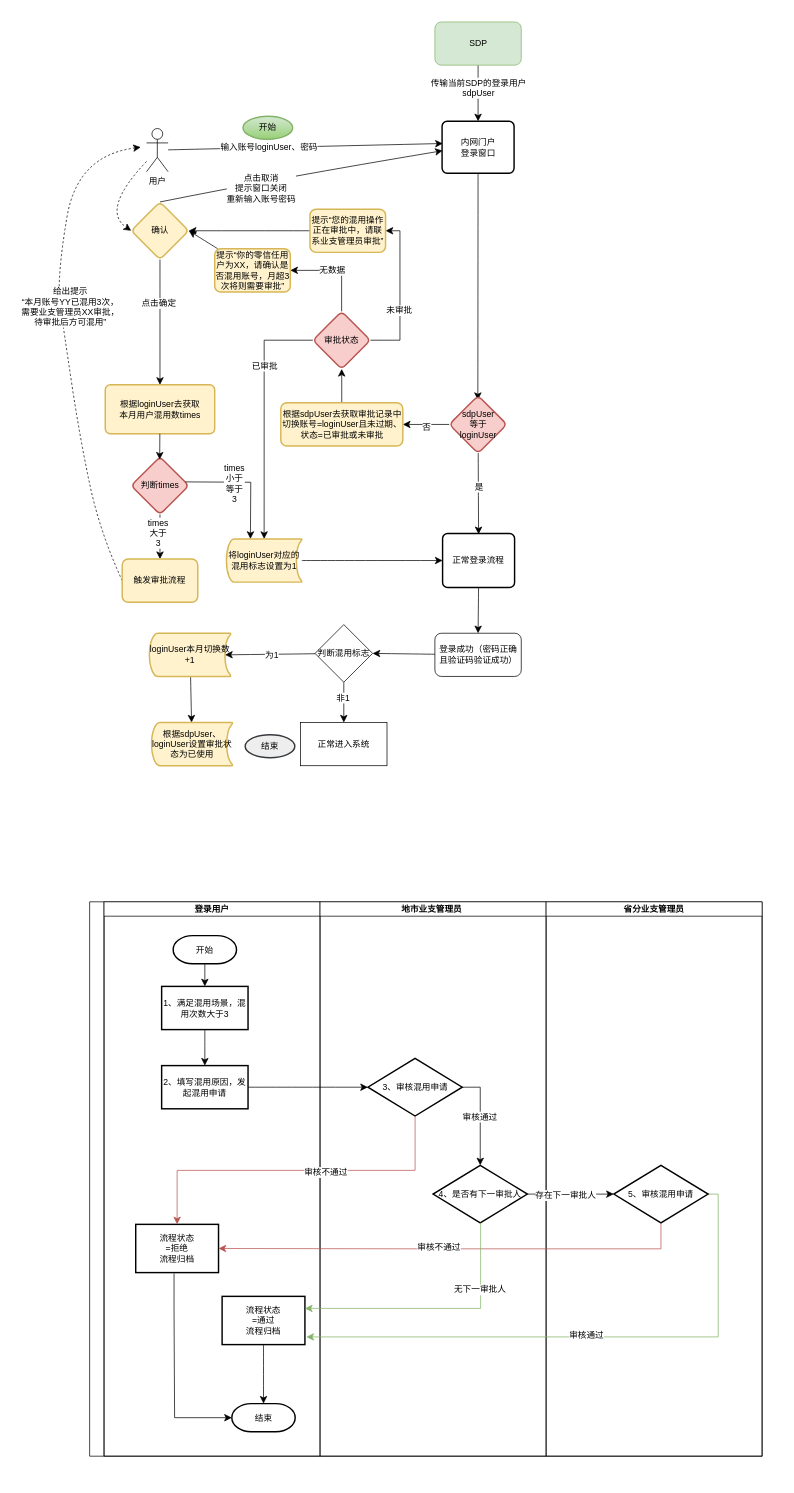
158698706/tt4a keeps this draw.io diagram as page "SDP结合登录流程图-3账号切换" (16 of 21) of 系统功能流程图/铁塔4A2024.drawio. Above is the earlier version. Source tidied: cells renumbered, new cells numbered last; positions are measured from the earlier drawing's top-left corner, leaving out a move shared by most shapes. Both pictures are drawn from the tidied source at 72%, with x=0, y=0 at pixel (12, 12).
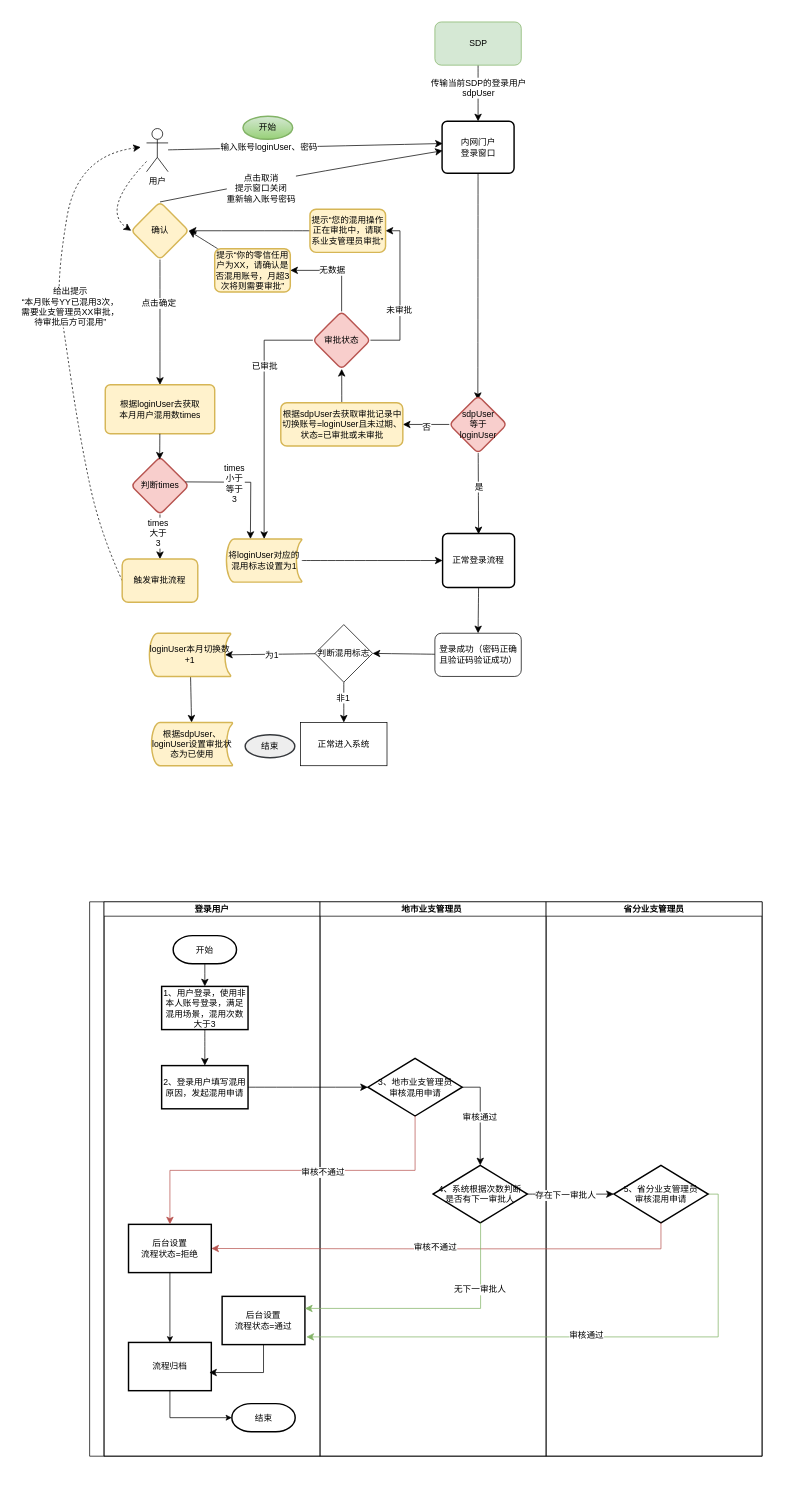
The same diagram, later.

The change refers to these unchanged cells:
```xml
<mxCell id="65" value="登录用户" style="swimlane;startSize=20;" parent="64" vertex="1">
  <mxGeometry x="20" width="300" height="770" as="geometry" />
</mxCell>
<mxCell id="72" value="结束" style="strokeWidth=2;html=1;shape=mxgraph.flowchart.terminator;whiteSpace=wrap;" parent="65" vertex="1">
  <mxGeometry x="177.5" y="697" width="88" height="39" as="geometry" />
</mxCell>
<mxCell id="76" value="地市业支管理员 " style="swimlane;startSize=20;" parent="64" vertex="1">
  <mxGeometry x="320" width="314" height="770" as="geometry" />
</mxCell>
<mxCell id="81" value="省分业支管理员" style="swimlane;startSize=20;" parent="64" vertex="1">
  <mxGeometry x="634" width="300" height="770" as="geometry" />
</mxCell>
```

What changed in the source:
```diff
@@
-    <mxCell id="69" value="1、满足混用场景，混用次数大于3" style="whiteSpace=wrap;html=1;strokeWidth=2;" parent="65" vertex="1">
+    <mxCell id="69" value="1、用户登录，使用非本人账号登录，满足混用场景，混用次数大于3" style="whiteSpace=wrap;html=1;strokeWidth=2;" parent="65" vertex="1">
       <mxGeometry x="80" y="117.5" width="120" height="60" as="geometry" />
     </mxCell>
-    <mxCell id="70" value="2、填写混用原因，发起混用申请" style="whiteSpace=wrap;html=1;strokeWidth=2;" parent="65" vertex="1">
+    <mxCell id="70" value="2、登录用户填写混用原因，发起混用申请" style="whiteSpace=wrap;html=1;strokeWidth=2;" parent="65" vertex="1">
       <mxGeometry x="80" y="227.5" width="120" height="60" as="geometry" />
     </mxCell>
-    <mxCell id="71" value="流程状态&lt;div&gt;=拒绝&lt;div&gt;流程归档&lt;/div&gt;&lt;/div&gt;" style="whiteSpace=wrap;html=1;strokeWidth=2;" parent="65" vertex="1">
-      <mxGeometry x="44" y="448" width="115" height="67" as="geometry" />
+    <mxCell id="71" value="后台设置&lt;div&gt;流程状态&lt;span style=&quot;background-color: transparent;&quot;&gt;=拒绝&lt;/span&gt;&lt;/div&gt;" style="whiteSpace=wrap;html=1;strokeWidth=2;" parent="65" vertex="1">
+      <mxGeometry x="34" y="448" width="115" height="67" as="geometry" />
     </mxCell>
@@
-    <mxCell id="73" value="流程状态&lt;div&gt;=通过&lt;div&gt;流程归档&lt;/div&gt;&lt;/div&gt;" style="whiteSpace=wrap;html=1;strokeWidth=2;" parent="65" vertex="1">
+    <mxCell id="73" value="后台设置&lt;div&gt;流程状态&lt;span style=&quot;background-color: transparent;&quot;&gt;=通过&lt;/span&gt;&lt;/div&gt;" style="whiteSpace=wrap;html=1;strokeWidth=2;" parent="65" vertex="1">
       <mxGeometry x="164" y="548" width="115" height="67" as="geometry" />
     </mxCell>
-    <mxCell id="74" style="edgeStyle=none;curved=1;rounded=0;jettySize=auto;html=1;entryX=0.5;entryY=0;entryDx=0;entryDy=0;entryPerimeter=0;fontSize=12;startSize=8;endSize=8;" parent="65" edge="1" source="73" target="72">
-      <mxGeometry relative="1" as="geometry" />
-    </mxCell>
-    <mxCell id="75" style="edgeStyle=orthogonalEdgeStyle;rounded=0;jettySize=auto;html=1;entryX=0;entryY=0.5;entryDx=0;entryDy=0;entryPerimeter=0;fontSize=12;startSize=8;endSize=8;exitX=0.463;exitY=1.019;exitDx=0;exitDy=0;exitPerimeter=0;" parent="65" edge="1" source="71" target="72">
-      <mxGeometry relative="1" as="geometry">
-        <Array as="points">
-          <mxPoint x="97" y="563" />
-          <mxPoint x="98" y="563" />
-          <mxPoint x="98" y="716" />
-        </Array>
-      </mxGeometry>
-    </mxCell>
@@
-    <mxCell id="79" value="3、审核混用申请" style="rhombus;whiteSpace=wrap;html=1;strokeWidth=2;" parent="76" vertex="1">
+    <mxCell id="79" value="3、地市业支管理员&lt;div&gt;审核混用申请&lt;/div&gt;" style="rhombus;whiteSpace=wrap;html=1;strokeWidth=2;" parent="76" vertex="1">
       <mxGeometry x="66.5" y="217.5" width="131" height="80" as="geometry" />
     </mxCell>
-    <mxCell id="80" value="4、是否有下一审批人" style="rhombus;whiteSpace=wrap;html=1;strokeWidth=2;" parent="76" vertex="1">
+    <mxCell id="80" value="4、系统根据次数判断&lt;div&gt;是否有下一审批人&lt;/div&gt;" style="rhombus;whiteSpace=wrap;html=1;strokeWidth=2;" parent="76" vertex="1">
       <mxGeometry x="157" y="366" width="131" height="80" as="geometry" />
     </mxCell>
@@
-    <mxCell id="84" value="5、审核混用申请" style="rhombus;whiteSpace=wrap;html=1;strokeWidth=2;" parent="81" vertex="1">
+    <mxCell id="84" value="5、省分业支管理员&lt;div&gt;审核混用申请&lt;/div&gt;" style="rhombus;whiteSpace=wrap;html=1;strokeWidth=2;" parent="81" vertex="1">
       <mxGeometry x="94" y="366" width="131" height="80" as="geometry" />
     </mxCell>
@@
+    <mxCell id="94" value="&lt;div&gt;&lt;div&gt;流程归档&lt;/div&gt;&lt;/div&gt;" style="whiteSpace=wrap;html=1;strokeWidth=2;" parent="1" vertex="1">
+      <mxGeometry x="161" y="1847" width="115" height="67" as="geometry" />
+    </mxCell>
+    <mxCell id="95" style="edgeStyle=orthogonalEdgeStyle;rounded=0;jettySize=auto;html=1;entryX=0.5;entryY=0;entryDx=0;entryDy=0;" parent="1" edge="1" source="71" target="94">
+      <mxGeometry relative="1" as="geometry" />
+    </mxCell>
+    <mxCell id="74" style="edgeStyle=orthogonalEdgeStyle;rounded=0;jettySize=auto;html=1;entryX=0.974;entryY=0.624;entryDx=0;entryDy=0;fontSize=12;startSize=8;endSize=8;entryPerimeter=0;exitX=0.5;exitY=1;exitDx=0;exitDy=0;" parent="1" edge="1" source="73" target="94">
+      <mxGeometry relative="1" as="geometry" />
+    </mxCell>
+    <mxCell id="96" style="edgeStyle=orthogonalEdgeStyle;rounded=0;jettySize=auto;html=1;entryX=0;entryY=0.5;entryDx=0;entryDy=0;entryPerimeter=0;exitX=0.5;exitY=1;exitDx=0;exitDy=0;" parent="1" edge="1" source="94" target="72">
+      <mxGeometry relative="1" as="geometry" />
+    </mxCell>
```
